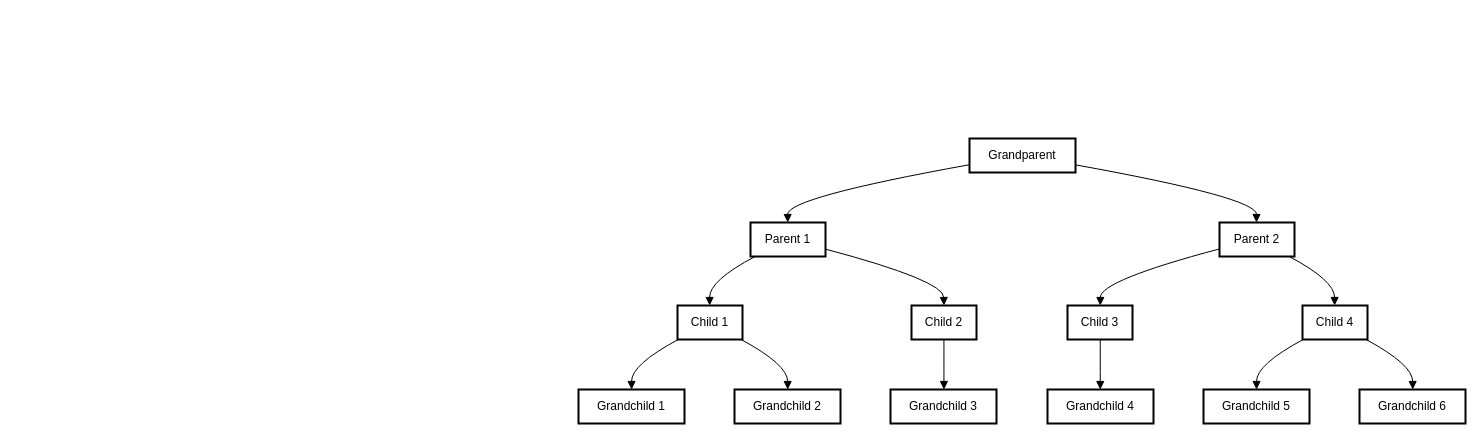
Above: loosing_your_mind.drawio in MayaInspo/Python-Projects- (draw.io), before the change. Source tidied: cells renumbered, new cells numbered last; positions are measured from the earlier drawing's top-left corner, leaving out a move shared by most shapes. Both pictures are drawn from the tidied source at 100%, with x=0, y=0 at pixel (578, 138).
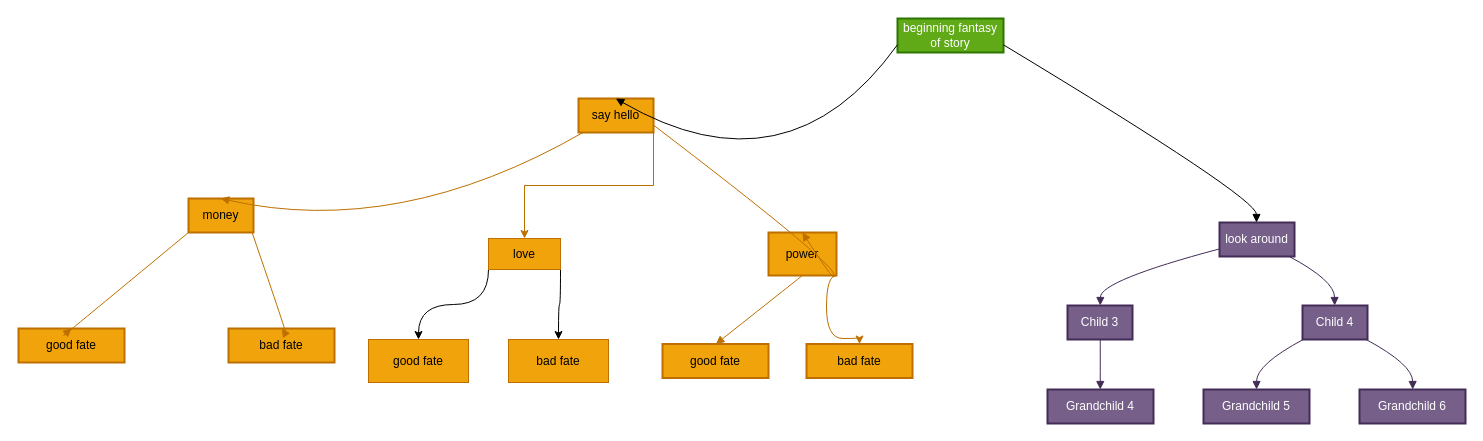
Above is the later version.

The edit, as a diff of the source:
```diff
@@
-    <mxCell id="2" value="Grandparent" style="whiteSpace=wrap;strokeWidth=2;" parent="1" vertex="1">
-      <mxGeometry x="391" width="106" height="34" as="geometry" />
+    <mxCell id="2" value="beginning fantasy of story" style="whiteSpace=wrap;strokeWidth=2;fillColor=#60a917;fontColor=#ffffff;strokeColor=#2D7600;" parent="1" vertex="1">
+      <mxGeometry x="319" y="-120" width="106" height="34" as="geometry" />
     </mxCell>
-    <mxCell id="3" value="Parent 1" style="whiteSpace=wrap;strokeWidth=2;" parent="1" vertex="1">
-      <mxGeometry x="172" y="84" width="75" height="34" as="geometry" />
+    <mxCell id="3" value="say hello" style="whiteSpace=wrap;strokeWidth=2;labelBackgroundColor=none;fillColor=#f0a30a;strokeColor=#BD7000;fontColor=#000000;" parent="1" vertex="1">
+      <mxGeometry y="-40" width="75" height="34" as="geometry" />
     </mxCell>
-    <mxCell id="4" value="Parent 2" style="whiteSpace=wrap;strokeWidth=2;" parent="1" vertex="1">
+    <mxCell id="4" value="look around" style="whiteSpace=wrap;strokeWidth=2;fillColor=#76608a;fontColor=#ffffff;strokeColor=#432D57;" parent="1" vertex="1">
       <mxGeometry x="641" y="84" width="75" height="34" as="geometry" />
     </mxCell>
-    <mxCell id="5" value="Child 1" style="whiteSpace=wrap;strokeWidth=2;" parent="1" vertex="1">
-      <mxGeometry x="99" y="167" width="65" height="34" as="geometry" />
+    <mxCell id="5" value="money" style="whiteSpace=wrap;strokeWidth=2;fillColor=#f0a30a;strokeColor=#BD7000;fontColor=#000000;" parent="1" vertex="1">
+      <mxGeometry x="-390" y="60" width="65" height="34" as="geometry" />
     </mxCell>
+    <mxCell id="27" style="edgeStyle=orthogonalEdgeStyle;curved=1;rounded=0;jettySize=auto;html=1;exitX=1;exitY=1;exitDx=0;exitDy=0;fillColor=#f0a30a;strokeColor=#BD7000;" parent="1" edge="1" source="6" target="32">
+      <mxGeometry relative="1" as="geometry">
+        <Array as="points">
+          <mxPoint x="248" y="200" />
+          <mxPoint x="281" y="200" />
+        </Array>
+      </mxGeometry>
+    </mxCell>
-    <mxCell id="6" value="Child 2" style="whiteSpace=wrap;strokeWidth=2;" parent="1" vertex="1">
-      <mxGeometry x="333" y="167" width="65" height="34" as="geometry" />
+    <mxCell id="6" value="power" style="whiteSpace=wrap;strokeWidth=2;fillColor=#f0a30a;strokeColor=#BD7000;fontColor=#000000;" parent="1" vertex="1">
+      <mxGeometry x="190" y="94" width="68" height="43" as="geometry" />
     </mxCell>
-    <mxCell id="7" value="Child 3" style="whiteSpace=wrap;strokeWidth=2;" parent="1" vertex="1">
+    <mxCell id="7" value="Child 3" style="whiteSpace=wrap;strokeWidth=2;fillColor=#76608a;fontColor=#ffffff;strokeColor=#432D57;" parent="1" vertex="1">
       <mxGeometry x="489" y="167" width="65" height="34" as="geometry" />
     </mxCell>
-    <mxCell id="8" value="Child 4" style="whiteSpace=wrap;strokeWidth=2;" parent="1" vertex="1">
+    <mxCell id="8" value="Child 4" style="whiteSpace=wrap;strokeWidth=2;fillColor=#76608a;fontColor=#ffffff;strokeColor=#432D57;" parent="1" vertex="1">
       <mxGeometry x="724" y="167" width="65" height="34" as="geometry" />
     </mxCell>
-    <mxCell id="9" value="Grandchild 1" style="whiteSpace=wrap;strokeWidth=2;" parent="1" vertex="1">
-      <mxGeometry y="251" width="106" height="34" as="geometry" />
+    <mxCell id="9" value="good fate" style="whiteSpace=wrap;strokeWidth=2;fillColor=#f0a30a;strokeColor=#BD7000;fontColor=#000000;" parent="1" vertex="1">
+      <mxGeometry x="-560" y="190" width="106" height="34" as="geometry" />
     </mxCell>
-    <mxCell id="10" value="Grandchild 2" style="whiteSpace=wrap;strokeWidth=2;" parent="1" vertex="1">
-      <mxGeometry x="156" y="251" width="106" height="34" as="geometry" />
+    <mxCell id="10" value="bad fate" style="whiteSpace=wrap;strokeWidth=2;fillColor=#f0a30a;strokeColor=#BD7000;fontColor=#000000;" parent="1" vertex="1">
+      <mxGeometry x="-350" y="190" width="106" height="34" as="geometry" />
     </mxCell>
-    <mxCell id="11" value="Grandchild 3" style="whiteSpace=wrap;strokeWidth=2;" parent="1" vertex="1">
-      <mxGeometry x="312" y="251" width="106" height="34" as="geometry" />
+    <mxCell id="11" value="good fate" style="whiteSpace=wrap;strokeWidth=2;fillColor=#f0a30a;strokeColor=#BD7000;fontColor=#000000;" parent="1" vertex="1">
+      <mxGeometry x="84" y="205.5" width="106" height="34" as="geometry" />
     </mxCell>
-    <mxCell id="12" value="Grandchild 4" style="whiteSpace=wrap;strokeWidth=2;" parent="1" vertex="1">
+    <mxCell id="12" value="Grandchild 4" style="whiteSpace=wrap;strokeWidth=2;fillColor=#76608a;fontColor=#ffffff;strokeColor=#432D57;" parent="1" vertex="1">
       <mxGeometry x="469" y="251" width="106" height="34" as="geometry" />
     </mxCell>
-    <mxCell id="13" value="Grandchild 5" style="whiteSpace=wrap;strokeWidth=2;" parent="1" vertex="1">
+    <mxCell id="13" value="Grandchild 5" style="whiteSpace=wrap;strokeWidth=2;fillColor=#76608a;fontColor=#ffffff;strokeColor=#432D57;" parent="1" vertex="1">
       <mxGeometry x="625" y="251" width="106" height="34" as="geometry" />
     </mxCell>
-    <mxCell id="14" value="Grandchild 6" style="whiteSpace=wrap;strokeWidth=2;" parent="1" vertex="1">
+    <mxCell id="14" value="Grandchild 6" style="whiteSpace=wrap;strokeWidth=2;fillColor=#76608a;fontColor=#ffffff;strokeColor=#432D57;" parent="1" vertex="1">
       <mxGeometry x="781" y="251" width="106" height="34" as="geometry" />
     </mxCell>
@@
-    <mxCell id="17" style="curved=1;startArrow=none;endArrow=block;exitX=0.07791393453966142;exitY=0.9803922316607308;entryX=0.49503209040715146;entryY=0.009803996366613051;" parent="1" edge="1" source="3" target="5">
+    <mxCell id="17" style="curved=1;startArrow=none;endArrow=block;exitX=0.07791393453966142;exitY=0.9803922316607308;entryX=0.49503209040715146;entryY=0.009803996366613051;fillColor=#f0a30a;strokeColor=#BD7000;" parent="1" edge="1" source="3" target="5">
       <mxGeometry relative="1" as="geometry">
         <Array as="points">
-          <mxPoint x="131" y="142" />
+          <mxPoint x="-180" y="100" />
         </Array>
       </mxGeometry>
     </mxCell>
-    <mxCell id="18" style="curved=1;startArrow=none;endArrow=block;exitX=0.9956944783528646;exitY=0.7800286015705855;entryX=0.49911868755634015;entryY=0.009803996366613051;" parent="1" edge="1" source="3" target="6">
+    <mxCell id="18" style="curved=1;startArrow=none;endArrow=block;exitX=0.9956944783528646;exitY=0.7800286015705855;entryX=0.49911868755634015;entryY=0.009803996366613051;fillColor=#f0a30a;strokeColor=#BD7000;" parent="1" edge="1" source="3" target="6">
       <mxGeometry relative="1" as="geometry">
         <Array as="points">
-          <mxPoint x="365" y="142" />
+          <mxPoint x="250" y="120" />
+          <mxPoint x="260" y="150" />
         </Array>
       </mxGeometry>
     </mxCell>
-    <mxCell id="19" style="curved=1;startArrow=none;endArrow=block;exitX=-0.005485992431640625;exitY=0.7799008814607852;entryX=0.5039263798640324;entryY=0.009803996366613051;" parent="1" edge="1" source="4" target="7">
+    <mxCell id="19" style="curved=1;startArrow=none;endArrow=block;exitX=-0.005485992431640625;exitY=0.7799008814607852;entryX=0.5039263798640324;entryY=0.009803996366613051;fillColor=#76608a;strokeColor=#432D57;" parent="1" edge="1" source="4" target="7">
       <mxGeometry relative="1" as="geometry">
         <Array as="points">
           <mxPoint x="522" y="142" />
         </Array>
       </mxGeometry>
     </mxCell>
-    <mxCell id="20" style="curved=1;startArrow=none;endArrow=block;exitX=0.9126578137131901;exitY=0.9803922316607308;entryX=0.49471165583683896;entryY=0.009803996366613051;" parent="1" edge="1" source="4" target="8">
+    <mxCell id="20" style="curved=1;startArrow=none;endArrow=block;exitX=0.9126578137131901;exitY=0.9803922316607308;entryX=0.49471165583683896;entryY=0.009803996366613051;fillColor=#76608a;strokeColor=#432D57;" parent="1" edge="1" source="4" target="8">
       <mxGeometry relative="1" as="geometry">
         <Array as="points">
           <mxPoint x="756" y="142" />
         </Array>
       </mxGeometry>
     </mxCell>
-    <mxCell id="21" style="curved=1;startArrow=none;endArrow=block;exitX=0.011615417726802836;exitY=1.0000001121969784;entryX=0.5008353107380417;entryY=1.1219697840073529e-7;" parent="1" edge="1" source="5" target="9">
+    <mxCell id="21" style="curved=1;startArrow=none;endArrow=block;exitX=0;exitY=1;entryX=0.5;entryY=0;fillColor=#f0a30a;strokeColor=#BD7000;entryDx=0;entryDy=0;exitDx=0;exitDy=0;" parent="1" edge="1" source="5" target="9">
       <mxGeometry relative="1" as="geometry">
         <Array as="points">
-          <mxPoint x="53" y="226" />
+          <mxPoint x="-530" y="210" />
         </Array>
       </mxGeometry>
     </mxCell>
-    <mxCell id="22" style="curved=1;startArrow=none;endArrow=block;exitX=0.9784487630875001;exitY=1.0000001121969784;entryX=0.5025059322141251;entryY=1.1219697840073529e-7;" parent="1" edge="1" source="5" target="10">
+    <mxCell id="22" style="curved=1;startArrow=none;endArrow=block;exitX=0.9784487630875001;exitY=1.0000001121969784;entryX=0.5025059322141251;entryY=1.1219697840073529e-7;fillColor=#f0a30a;strokeColor=#BD7000;" parent="1" edge="1" source="5" target="10">
       <mxGeometry relative="1" as="geometry">
         <Array as="points">
-          <mxPoint x="209" y="226" />
+          <mxPoint x="-290" y="200" />
         </Array>
       </mxGeometry>
     </mxCell>
-    <mxCell id="23" style="curved=1;startArrow=none;endArrow=block;exitX=0.49911868755634015;exitY=1.0000001121969784;entryX=0.5041765536902085;entryY=1.1219697840073529e-7;" parent="1" edge="1" source="6" target="11">
+    <mxCell id="23" style="curved=1;startArrow=none;endArrow=block;exitX=0.49911868755634015;exitY=1.0000001121969784;entryX=0.5041765536902085;entryY=1.1219697840073529e-7;fillColor=#f0a30a;strokeColor=#BD7000;" parent="1" edge="1" source="6" target="11">
       <mxGeometry relative="1" as="geometry" />
     </mxCell>
-    <mxCell id="24" style="curved=1;startArrow=none;endArrow=block;exitX=0.5039263798640324;exitY=1.0000001121969784;entryX=0.4976907046336048;entryY=1.1219697840073529e-7;" parent="1" edge="1" source="7" target="12">
+    <mxCell id="24" style="curved=1;startArrow=none;endArrow=block;exitX=0.5039263798640324;exitY=1.0000001121969784;entryX=0.4976907046336048;entryY=1.1219697840073529e-7;fillColor=#76608a;strokeColor=#432D57;" parent="1" edge="1" source="7" target="12">
       <mxGeometry relative="1" as="geometry" />
     </mxCell>
-    <mxCell id="25" style="curved=1;startArrow=none;endArrow=block;exitX=0.011294983156489462;exitY=1.0000001121969784;entryX=0.5006388178411519;entryY=1.1219697840073529e-7;" parent="1" edge="1" source="8" target="13">
+    <mxCell id="25" style="curved=1;startArrow=none;endArrow=block;exitX=0.011294983156489462;exitY=1.0000001121969784;entryX=0.5006388178411519;entryY=1.1219697840073529e-7;fillColor=#76608a;strokeColor=#432D57;" parent="1" edge="1" source="8" target="13">
       <mxGeometry relative="1" as="geometry">
         <Array as="points">
           <mxPoint x="678" y="226" />
         </Array>
       </mxGeometry>
     </mxCell>
-    <mxCell id="26" style="curved=1;startArrow=none;endArrow=block;exitX=0.9781283285171885;exitY=1.0000001121969784;entryX=0.5023094393172354;entryY=1.1219697840073529e-7;" parent="1" edge="1" source="8" target="14">
+    <mxCell id="26" style="curved=1;startArrow=none;endArrow=block;exitX=0.9781283285171885;exitY=1.0000001121969784;entryX=0.5023094393172354;entryY=1.1219697840073529e-7;fillColor=#76608a;strokeColor=#432D57;" parent="1" edge="1" source="8" target="14">
       <mxGeometry relative="1" as="geometry">
         <Array as="points">
           <mxPoint x="834" y="226" />
         </Array>
       </mxGeometry>
     </mxCell>
+    <mxCell id="28" style="edgeStyle=orthogonalEdgeStyle;rounded=0;jettySize=auto;html=1;exitX=1;exitY=1;exitDx=0;exitDy=0;fillColor=#f0a30a;strokeColor=#BD7000;" parent="1" edge="1" source="3" target="31">
+      <mxGeometry relative="1" as="geometry" />
+    </mxCell>
+    <mxCell id="29" style="edgeStyle=orthogonalEdgeStyle;curved=1;rounded=0;jettySize=auto;html=1;exitX=0;exitY=1;exitDx=0;exitDy=0;" parent="1" edge="1" source="31" target="33">
+      <mxGeometry relative="1" as="geometry" />
+    </mxCell>
+    <mxCell id="30" style="edgeStyle=orthogonalEdgeStyle;curved=1;rounded=0;jettySize=auto;html=1;exitX=1;exitY=1;exitDx=0;exitDy=0;" parent="1" edge="1" source="31" target="34">
+      <mxGeometry relative="1" as="geometry" />
+    </mxCell>
+    <mxCell id="31" value="love" style="rounded=0;whiteSpace=wrap;html=1;fillColor=#f0a30a;strokeColor=#BD7000;fontColor=#000000;" parent="1" vertex="1">
+      <mxGeometry x="-90" y="100" width="72" height="31" as="geometry" />
+    </mxCell>
+    <mxCell id="32" value="bad fate" style="whiteSpace=wrap;strokeWidth=2;fillColor=#f0a30a;strokeColor=#BD7000;fontColor=#000000;" parent="1" vertex="1">
+      <mxGeometry x="228" y="205.5" width="106" height="34" as="geometry" />
+    </mxCell>
+    <mxCell id="33" value="good fate" style="rounded=0;whiteSpace=wrap;html=1;fillColor=#f0a30a;fontColor=#000000;strokeColor=#BD7000;" parent="1" vertex="1">
+      <mxGeometry x="-210" y="201" width="100" height="43" as="geometry" />
+    </mxCell>
+    <mxCell id="34" value="bad fate" style="rounded=0;whiteSpace=wrap;html=1;fillColor=#f0a30a;fontColor=#000000;strokeColor=#BD7000;" parent="1" vertex="1">
+      <mxGeometry x="-70" y="201" width="100" height="43" as="geometry" />
+    </mxCell>
```
